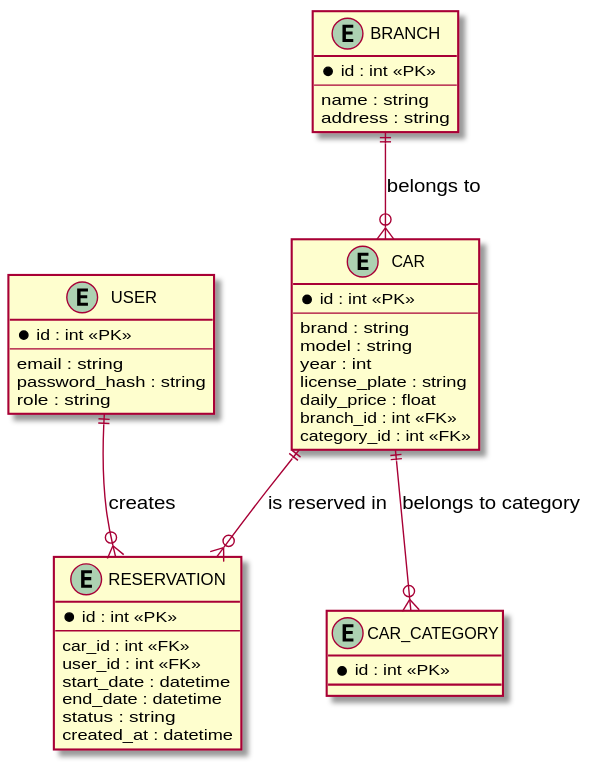
Before: docs/diagrams/er-target.svg, a diagram exported from PlantUML (DavidMagyarics/CarRentalVSB).
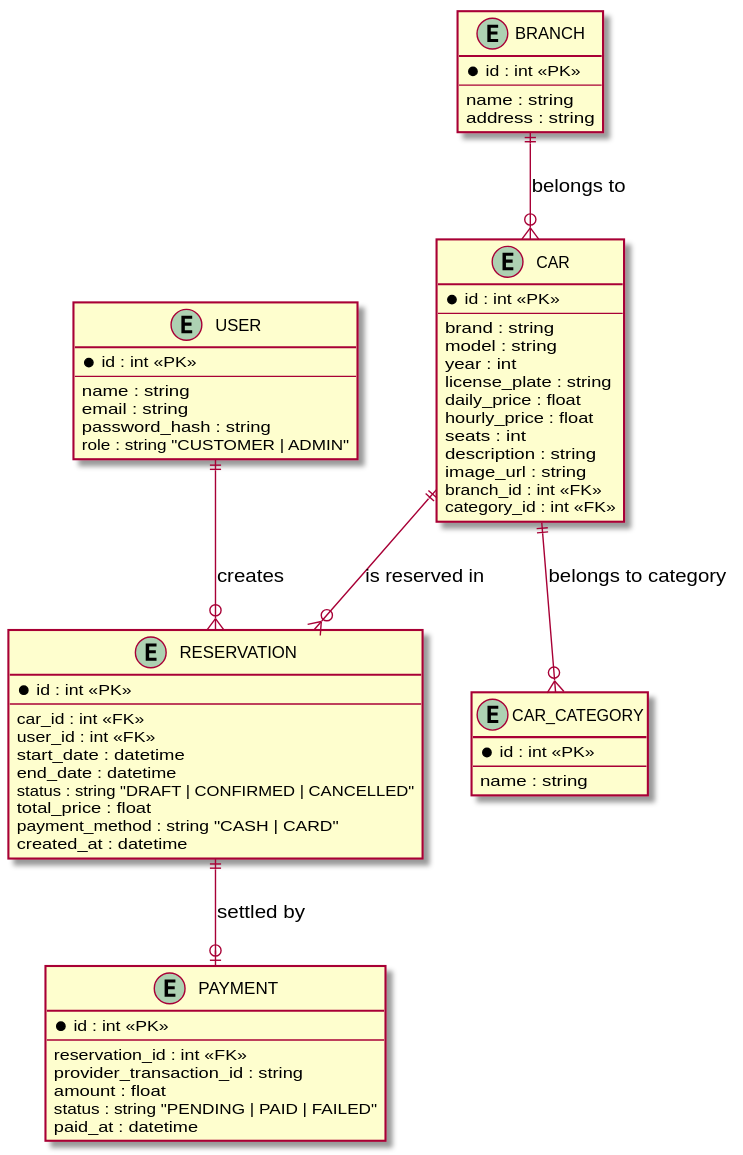
After the commit.

Commit message:
chore: re-render PlantUML diagrams [skip ci]

What changed in the source:
```diff
@@ -4,9 +4,10 @@
 entity "USER" as USER {
   * id : int <<PK>>
   --
+  name : string
   email : string
   password_hash : string
-  role : string
+  role : string "CUSTOMER | ADMIN"
 }
 
 entity "BRANCH" as BRANCH {
@@ -24,12 +25,18 @@
   year : int
   license_plate : string
   daily_price : float
+  hourly_price : float
+  seats : int
+  description : string
+  image_url : string
   branch_id : int <<FK>>
   category_id : int <<FK>>
 }
 
 entity "CAR_CATEGORY" as CAR_CATEGORY {
   * id : int <<PK>>
+  --
+  name : string
 }
 
 entity "RESERVATION" as RESERVATION {
@@ -39,12 +46,25 @@
   user_id : int <<FK>>
   start_date : datetime
   end_date : datetime
-  status : string
+  status : string "DRAFT | CONFIRMED | CANCELLED"
+  total_price : float
+  payment_method : string "CASH | CARD"
   created_at : datetime
+}
+
+entity "PAYMENT" as PAYMENT {
+  * id : int <<PK>>
+  --
+  reservation_id : int <<FK>>
+  provider_transaction_id : string
+  amount : float
+  status : string "PENDING | PAID | FAILED"
+  paid_at : datetime
 }
 
 USER ||--o{ RESERVATION : "creates"
 CAR ||--o{ RESERVATION : "is reserved in"
 BRANCH ||--o{ CAR : "belongs to"
 CAR ||--o{ CAR_CATEGORY : "belongs to category"
+RESERVATION ||--o| PAYMENT : "settled by"
 @enduml
```
